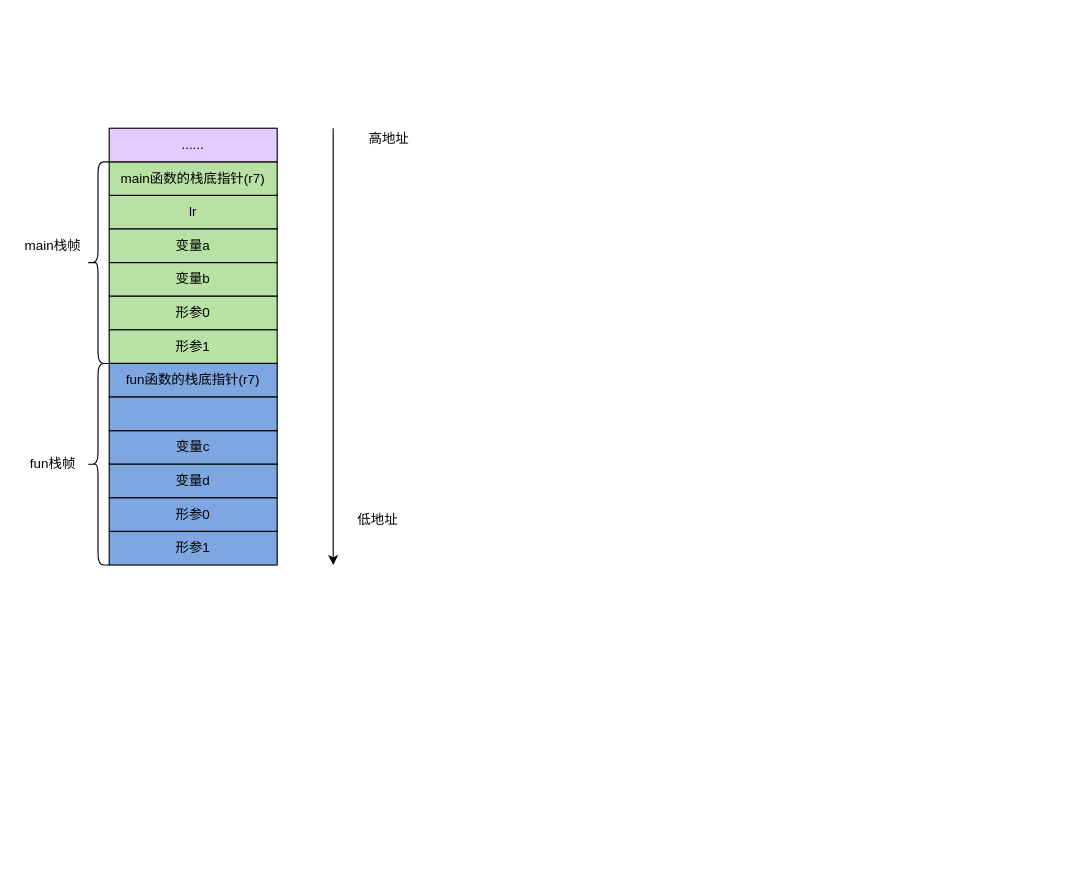
Above: function frame.drawio in jasonactions/graph (draw.io), before the change. Source tidied: cells renumbered, new cells numbered last; positions are measured from the earlier drawing's top-left corner, leaving out a move shared by most shapes. Both pictures are drawn from the tidied source at 112%, with x=0, y=0 at pixel (19, 128).
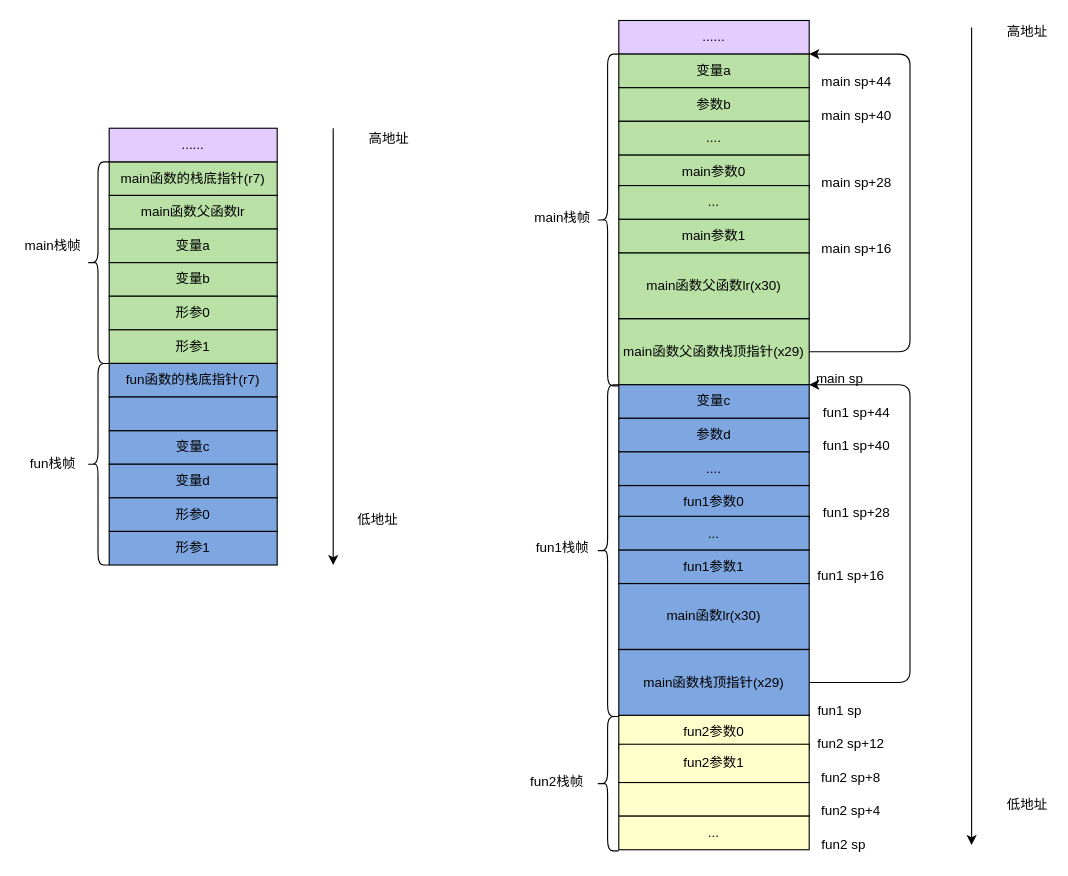
Above is the later version.

The edit, as a diff of the source:
```diff
@@
-    <mxCell id="4" value="lr" style="rounded=0;whiteSpace=wrap;html=1;fillColor=#B9E0A5;" parent="1" vertex="1">
+    <mxCell id="4" value="main函数父函数lr" style="rounded=0;whiteSpace=wrap;html=1;fillColor=#B9E0A5;" parent="1" vertex="1">
       <mxGeometry x="80" y="60" width="150" height="30" as="geometry" />
     </mxCell>
@@
+    <mxCell id="22" value="......" style="rounded=0;whiteSpace=wrap;html=1;fillColor=#E5CCFF;" parent="1" vertex="1">
+      <mxGeometry x="535" y="-96.2" width="170" height="30" as="geometry" />
+    </mxCell>
+    <mxCell id="23" value="main参数0" style="rounded=0;whiteSpace=wrap;html=1;fillColor=#B9E0A5;" parent="1" vertex="1">
+      <mxGeometry x="535" y="23.8" width="170" height="30" as="geometry" />
+    </mxCell>
+    <mxCell id="24" value="&lt;span&gt;main函数父函数lr(x30)&lt;/span&gt;" style="rounded=0;whiteSpace=wrap;html=1;fillColor=#B9E0A5;" parent="1" vertex="1">
+      <mxGeometry x="535" y="111.2" width="170" height="58.8" as="geometry" />
+    </mxCell>
+    <mxCell id="25" value="main函数父函数栈顶指针(x29)" style="rounded=0;whiteSpace=wrap;html=1;fillColor=#B9E0A5;" parent="1" vertex="1">
+      <mxGeometry x="535" y="170.2" width="170" height="58.8" as="geometry" />
+    </mxCell>
+    <mxCell id="26" style="endArrow=classic;html=1;" parent="1" edge="1">
+      <mxGeometry relative="1" as="geometry">
+        <mxPoint x="850" y="-90" as="sourcePoint" />
+        <mxPoint x="850" y="640" as="targetPoint" />
+      </mxGeometry>
+    </mxCell>
+    <mxCell id="27" value="高地址" style="text;html=1;strokeColor=none;fillColor=none;align=center;verticalAlign=middle;whiteSpace=wrap;rounded=0;" parent="1" vertex="1">
+      <mxGeometry x="880" y="-96.2" width="40" height="20" as="geometry" />
+    </mxCell>
+    <mxCell id="28" value="低地址" style="text;html=1;strokeColor=none;fillColor=none;align=center;verticalAlign=middle;whiteSpace=wrap;rounded=0;" parent="1" vertex="1">
+      <mxGeometry x="880" y="594.2" width="40" height="20" as="geometry" />
+    </mxCell>
+    <mxCell id="29" value="main栈帧" style="text;html=1;strokeColor=none;fillColor=none;align=center;verticalAlign=middle;whiteSpace=wrap;rounded=0;" parent="1" vertex="1">
+      <mxGeometry x="455" y="70" width="60" height="20" as="geometry" />
+    </mxCell>
+    <mxCell id="30" style="shape=curlyBracket;whiteSpace=wrap;html=1;rounded=1;fillColor=#7EA6E0;" parent="1" vertex="1">
+      <mxGeometry x="515" y="-66.2" width="20" height="296.2" as="geometry" />
+    </mxCell>
+    <mxCell id="31" value="main sp" style="text;html=1;strokeColor=none;fillColor=none;align=center;verticalAlign=middle;whiteSpace=wrap;rounded=0;" parent="1" vertex="1">
+      <mxGeometry x="705" y="214" width="55" height="20" as="geometry" />
+    </mxCell>
+    <mxCell id="32" value="main sp+28" style="text;html=1;strokeColor=none;fillColor=none;align=center;verticalAlign=middle;whiteSpace=wrap;rounded=0;" parent="1" vertex="1">
+      <mxGeometry x="715" y="38.8" width="65" height="20" as="geometry" />
+    </mxCell>
+    <mxCell id="33" value="main参数1" style="rounded=0;whiteSpace=wrap;html=1;fillColor=#B9E0A5;" parent="1" vertex="1">
+      <mxGeometry x="535" y="81.2" width="170" height="30" as="geometry" />
+    </mxCell>
+    <mxCell id="34" value="main sp+16" style="text;html=1;strokeColor=none;fillColor=none;align=center;verticalAlign=middle;whiteSpace=wrap;rounded=0;" parent="1" vertex="1">
+      <mxGeometry x="715" y="96.2" width="65" height="23.8" as="geometry" />
+    </mxCell>
+    <mxCell id="35" value="..." style="rounded=0;whiteSpace=wrap;html=1;fillColor=#B9E0A5;" parent="1" vertex="1">
+      <mxGeometry x="535" y="51.2" width="170" height="30" as="geometry" />
+    </mxCell>
+    <mxCell id="36" value="变量a" style="rounded=0;whiteSpace=wrap;html=1;fillColor=#B9E0A5;" parent="1" vertex="1">
+      <mxGeometry x="535" y="-66.2" width="170" height="30" as="geometry" />
+    </mxCell>
+    <mxCell id="37" value="main sp+44" style="text;html=1;strokeColor=none;fillColor=none;align=center;verticalAlign=middle;whiteSpace=wrap;rounded=0;" parent="1" vertex="1">
+      <mxGeometry x="715" y="-51.2" width="65" height="20" as="geometry" />
+    </mxCell>
+    <mxCell id="38" value="参数b" style="rounded=0;whiteSpace=wrap;html=1;fillColor=#B9E0A5;" parent="1" vertex="1">
+      <mxGeometry x="535" y="-36.2" width="170" height="30" as="geometry" />
+    </mxCell>
+    <mxCell id="39" value="main sp+40" style="text;html=1;strokeColor=none;fillColor=none;align=center;verticalAlign=middle;whiteSpace=wrap;rounded=0;" parent="1" vertex="1">
+      <mxGeometry x="715" y="-21.2" width="65" height="20" as="geometry" />
+    </mxCell>
+    <mxCell id="40" value="...." style="rounded=0;whiteSpace=wrap;html=1;fillColor=#B9E0A5;" parent="1" vertex="1">
+      <mxGeometry x="535" y="-6.2" width="170" height="30" as="geometry" />
+    </mxCell>
+    <mxCell id="41" style="edgeStyle=elbowEdgeStyle;elbow=horizontal;endArrow=classic;html=1;entryX=1;entryY=0;entryDx=0;entryDy=0;exitX=1;exitY=0.5;exitDx=0;exitDy=0;" parent="1" edge="1" source="25" target="36">
+      <mxGeometry relative="1" as="geometry">
+        <Array as="points">
+          <mxPoint x="795" y="51.2" />
+        </Array>
+      </mxGeometry>
+    </mxCell>
+    <mxCell id="42" value="fun1参数0" style="rounded=0;whiteSpace=wrap;html=1;fillColor=#7EA6E0;" parent="1" vertex="1">
+      <mxGeometry x="535" y="319" width="170" height="30" as="geometry" />
+    </mxCell>
+    <mxCell id="43" value="&lt;span&gt;main函数lr(x30)&lt;/span&gt;" style="rounded=0;whiteSpace=wrap;html=1;fillColor=#7EA6E0;" parent="1" vertex="1">
+      <mxGeometry x="535" y="406.5" width="170" height="58.8" as="geometry" />
+    </mxCell>
+    <mxCell id="44" value="main函数栈顶指针(x29)" style="rounded=0;whiteSpace=wrap;html=1;fillColor=#7EA6E0;" parent="1" vertex="1">
+      <mxGeometry x="535" y="465.5" width="170" height="58.8" as="geometry" />
+    </mxCell>
+    <mxCell id="45" value="fun1栈帧" style="text;html=1;strokeColor=none;fillColor=none;align=center;verticalAlign=middle;whiteSpace=wrap;rounded=0;" parent="1" vertex="1">
+      <mxGeometry x="455" y="365.2" width="60" height="20" as="geometry" />
+    </mxCell>
+    <mxCell id="46" style="shape=curlyBracket;whiteSpace=wrap;html=1;rounded=1;fillColor=#7EA6E0;" parent="1" vertex="1">
+      <mxGeometry x="515" y="229" width="20" height="296.2" as="geometry" />
+    </mxCell>
+    <mxCell id="47" value="fun1 sp" style="text;html=1;strokeColor=none;fillColor=none;align=center;verticalAlign=middle;whiteSpace=wrap;rounded=0;" parent="1" vertex="1">
+      <mxGeometry x="705" y="510.2" width="55" height="20" as="geometry" />
+    </mxCell>
+    <mxCell id="48" value="fun1 sp+28" style="text;html=1;strokeColor=none;fillColor=none;align=center;verticalAlign=middle;whiteSpace=wrap;rounded=0;" parent="1" vertex="1">
+      <mxGeometry x="715" y="334" width="65" height="20" as="geometry" />
+    </mxCell>
+    <mxCell id="49" value="fun1参数1" style="rounded=0;whiteSpace=wrap;html=1;fillColor=#7EA6E0;" parent="1" vertex="1">
+      <mxGeometry x="535" y="376.5" width="170" height="30" as="geometry" />
+    </mxCell>
+    <mxCell id="50" value="fun1 sp+16" style="text;html=1;strokeColor=none;fillColor=none;align=center;verticalAlign=middle;whiteSpace=wrap;rounded=0;" parent="1" vertex="1">
+      <mxGeometry x="705" y="390" width="75" height="20" as="geometry" />
+    </mxCell>
+    <mxCell id="51" value="..." style="rounded=0;whiteSpace=wrap;html=1;fillColor=#7EA6E0;" parent="1" vertex="1">
+      <mxGeometry x="535" y="346.5" width="170" height="30" as="geometry" />
+    </mxCell>
+    <mxCell id="52" value="变量c" style="rounded=0;whiteSpace=wrap;html=1;fillColor=#7EA6E0;" parent="1" vertex="1">
+      <mxGeometry x="535" y="229" width="170" height="30" as="geometry" />
+    </mxCell>
+    <mxCell id="53" value="fun1 sp+44" style="text;html=1;strokeColor=none;fillColor=none;align=center;verticalAlign=middle;whiteSpace=wrap;rounded=0;" parent="1" vertex="1">
+      <mxGeometry x="715" y="244" width="65" height="20" as="geometry" />
+    </mxCell>
+    <mxCell id="54" value="参数d" style="rounded=0;whiteSpace=wrap;html=1;fillColor=#7EA6E0;" parent="1" vertex="1">
+      <mxGeometry x="535" y="259" width="170" height="30" as="geometry" />
+    </mxCell>
+    <mxCell id="55" value="fun1 sp+40" style="text;html=1;strokeColor=none;fillColor=none;align=center;verticalAlign=middle;whiteSpace=wrap;rounded=0;" parent="1" vertex="1">
+      <mxGeometry x="715" y="274" width="65" height="20" as="geometry" />
+    </mxCell>
+    <mxCell id="56" value="...." style="rounded=0;whiteSpace=wrap;html=1;fillColor=#7EA6E0;" parent="1" vertex="1">
+      <mxGeometry x="535" y="289" width="170" height="30" as="geometry" />
+    </mxCell>
+    <mxCell id="57" style="edgeStyle=elbowEdgeStyle;elbow=horizontal;endArrow=classic;html=1;entryX=1;entryY=0;entryDx=0;entryDy=0;exitX=1;exitY=0.5;exitDx=0;exitDy=0;" parent="1" edge="1" source="44" target="52">
+      <mxGeometry relative="1" as="geometry">
+        <Array as="points">
+          <mxPoint x="795" y="346.5" />
+        </Array>
+      </mxGeometry>
+    </mxCell>
+    <mxCell id="58" value="fun2参数0" style="rounded=0;whiteSpace=wrap;html=1;fillColor=#FFFFCC;" parent="1" vertex="1">
+      <mxGeometry x="535" y="524.2" width="170" height="30" as="geometry" />
+    </mxCell>
+    <mxCell id="59" value="fun2参数1" style="rounded=0;whiteSpace=wrap;html=1;fillColor=#FFFFCC;" parent="1" vertex="1">
+      <mxGeometry x="535" y="550" width="170" height="34.2" as="geometry" />
+    </mxCell>
+    <mxCell id="60" style="rounded=0;whiteSpace=wrap;html=1;fillColor=#FFFFCC;" parent="1" vertex="1">
+      <mxGeometry x="535" y="584.2" width="170" height="30" as="geometry" />
+    </mxCell>
+    <mxCell id="61" value="..." style="rounded=0;whiteSpace=wrap;html=1;fillColor=#FFFFCC;" parent="1" vertex="1">
+      <mxGeometry x="535" y="614.2" width="170" height="30" as="geometry" />
+    </mxCell>
+    <mxCell id="62" value="fun2 sp+12" style="text;html=1;strokeColor=none;fillColor=none;align=center;verticalAlign=middle;whiteSpace=wrap;rounded=0;" parent="1" vertex="1">
+      <mxGeometry x="705" y="540" width="75" height="20" as="geometry" />
+    </mxCell>
+    <mxCell id="63" value="fun2 sp+8" style="text;html=1;strokeColor=none;fillColor=none;align=center;verticalAlign=middle;whiteSpace=wrap;rounded=0;" parent="1" vertex="1">
+      <mxGeometry x="705" y="570" width="75" height="20" as="geometry" />
+    </mxCell>
+    <mxCell id="64" value="fun2 sp+4" style="text;html=1;strokeColor=none;fillColor=none;align=center;verticalAlign=middle;whiteSpace=wrap;rounded=0;" parent="1" vertex="1">
+      <mxGeometry x="705" y="600" width="75" height="20" as="geometry" />
+    </mxCell>
+    <mxCell id="65" value="fun2 sp" style="text;html=1;strokeColor=none;fillColor=none;align=center;verticalAlign=middle;whiteSpace=wrap;rounded=0;" parent="1" vertex="1">
+      <mxGeometry x="706" y="630" width="60" height="20" as="geometry" />
+    </mxCell>
+    <mxCell id="66" style="shape=curlyBracket;whiteSpace=wrap;html=1;rounded=1;fillColor=#FFFFCC;" parent="1" vertex="1">
+      <mxGeometry x="515" y="525.2" width="20" height="120" as="geometry" />
+    </mxCell>
+    <mxCell id="67" value="fun2栈帧" style="text;html=1;strokeColor=none;fillColor=none;align=center;verticalAlign=middle;whiteSpace=wrap;rounded=0;" parent="1" vertex="1">
+      <mxGeometry x="450" y="574.2" width="60" height="20" as="geometry" />
+    </mxCell>
```
